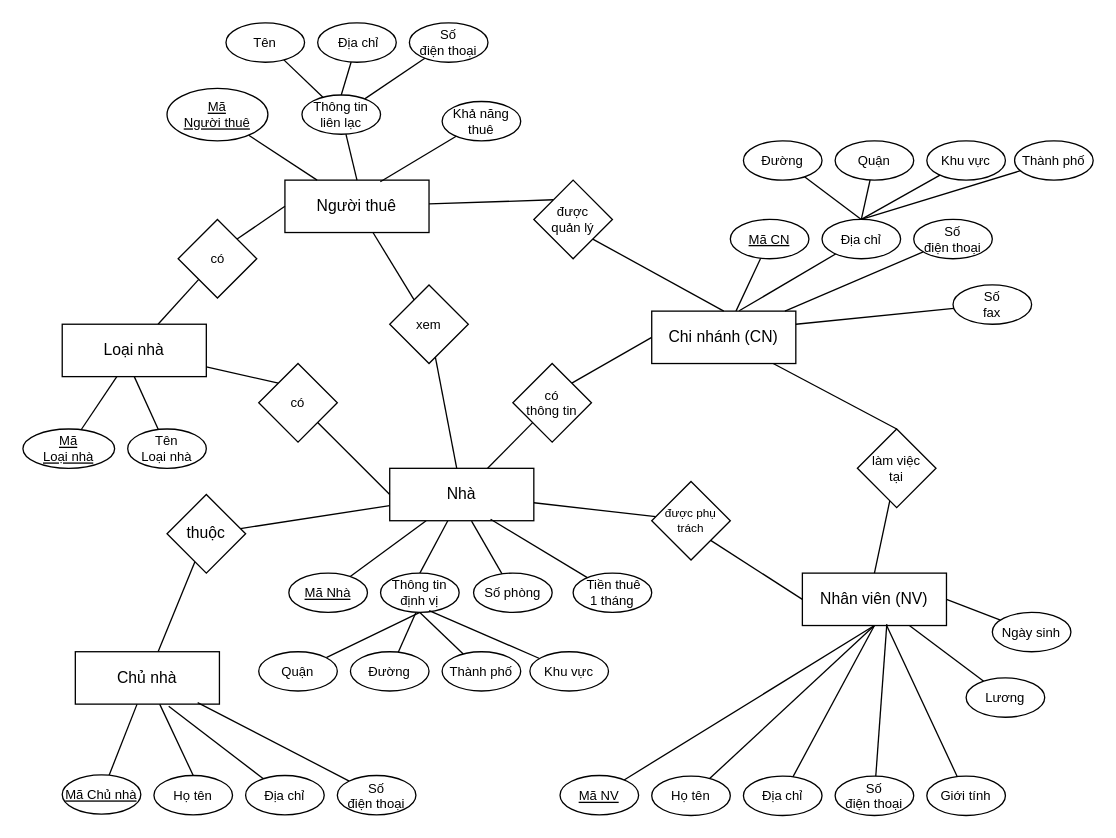
This is EXERCISES/BTN.drawio from andytino/Documents-Database, a draw.io file, before an edit. Source tidied: cells renumbered, new cells numbered last; positions are measured from the earlier drawing's top-left corner, leaving out a move shared by most shapes. Both pictures are drawn from the tidied source at 131%, with x=0, y=0 at pixel (22, 22).
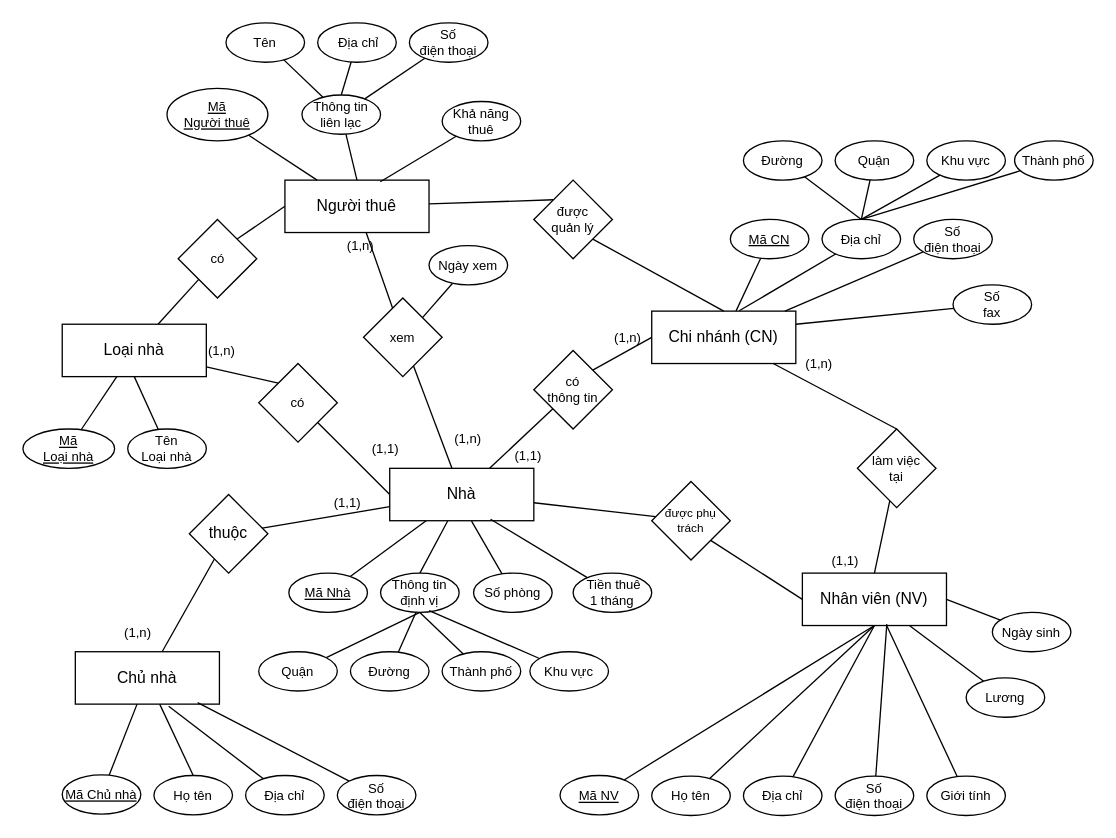
After the change.

Change to the diagram source:
```diff
@@
     <mxCell id="22" value="thuộc" style="rhombus;whiteSpace=wrap;html=1;" parent="1" vertex="1">
-      <mxGeometry x="110" y="360" width="60" height="60" as="geometry" />
+      <mxGeometry x="127" y="360" width="60" height="60" as="geometry" />
     </mxCell>
@@
     <mxCell id="26" value="có &lt;br style=&quot;font-size: 10px;&quot;&gt;thông tin" style="rhombus;whiteSpace=wrap;html=1;fontSize=10;" parent="1" vertex="1">
-      <mxGeometry x="374" y="260" width="60" height="60" as="geometry" />
+      <mxGeometry x="390" y="250" width="60" height="60" as="geometry" />
     </mxCell>
@@
+    <mxCell id="102" style="edgeStyle=none;shape=connector;rounded=0;jettySize=auto;html=1;exitX=1;exitY=0;exitDx=0;exitDy=0;labelBackgroundColor=default;fontFamily=Helvetica;fontSize=10;fontColor=default;endArrow=none;strokeColor=default;" parent="1" edge="1" source="34" target="113">
+      <mxGeometry relative="1" as="geometry" />
+    </mxCell>
     <mxCell id="34" value="xem" style="rhombus;whiteSpace=wrap;html=1;fontSize=10;" parent="1" vertex="1">
-      <mxGeometry x="280" y="200" width="60" height="60" as="geometry" />
+      <mxGeometry x="260" y="210" width="60" height="60" as="geometry" />
     </mxCell>
@@
+    <mxCell id="103" value="(1,n)" style="text;html=1;strokeColor=none;fillColor=none;align=center;verticalAlign=middle;whiteSpace=wrap;rounded=0;fontFamily=Helvetica;fontSize=10;fontColor=default;" parent="1" vertex="1">
+      <mxGeometry x="590" y="250" width="36" height="20" as="geometry" />
+    </mxCell>
+    <mxCell id="104" value="(1,1)" style="text;html=1;strokeColor=none;fillColor=none;align=center;verticalAlign=middle;whiteSpace=wrap;rounded=0;fontFamily=Helvetica;fontSize=10;fontColor=default;" parent="1" vertex="1">
+      <mxGeometry x="610" y="400" width="36" height="20" as="geometry" />
+    </mxCell>
+    <mxCell id="105" value="(1,n)" style="text;html=1;strokeColor=none;fillColor=none;align=center;verticalAlign=middle;whiteSpace=wrap;rounded=0;fontFamily=Helvetica;fontSize=10;fontColor=default;" parent="1" vertex="1">
+      <mxGeometry x="444" y="230" width="36" height="20" as="geometry" />
+    </mxCell>
+    <mxCell id="106" value="(1,1)" style="text;html=1;strokeColor=none;fillColor=none;align=center;verticalAlign=middle;whiteSpace=wrap;rounded=0;fontFamily=Helvetica;fontSize=10;fontColor=default;" parent="1" vertex="1">
+      <mxGeometry x="368" y="320" width="36" height="20" as="geometry" />
+    </mxCell>
+    <mxCell id="107" value="(1,n)" style="text;html=1;strokeColor=none;fillColor=none;align=center;verticalAlign=middle;whiteSpace=wrap;rounded=0;fontFamily=Helvetica;fontSize=10;fontColor=default;" parent="1" vertex="1">
+      <mxGeometry x="70" y="455" width="36" height="20" as="geometry" />
+    </mxCell>
+    <mxCell id="108" value="(1,1)" style="text;html=1;strokeColor=none;fillColor=none;align=center;verticalAlign=middle;whiteSpace=wrap;rounded=0;fontFamily=Helvetica;fontSize=10;fontColor=default;" parent="1" vertex="1">
+      <mxGeometry x="230" y="356" width="36" height="20" as="geometry" />
+    </mxCell>
+    <mxCell id="109" value="(1,n)" style="text;html=1;strokeColor=none;fillColor=none;align=center;verticalAlign=middle;whiteSpace=wrap;rounded=0;fontFamily=Helvetica;fontSize=10;fontColor=default;" parent="1" vertex="1">
+      <mxGeometry x="134" y="240" width="36" height="20" as="geometry" />
+    </mxCell>
+    <mxCell id="110" value="(1,1)" style="text;html=1;strokeColor=none;fillColor=none;align=center;verticalAlign=middle;whiteSpace=wrap;rounded=0;fontFamily=Helvetica;fontSize=10;fontColor=default;" parent="1" vertex="1">
+      <mxGeometry x="259" y="315" width="36" height="20" as="geometry" />
+    </mxCell>
+    <mxCell id="111" value="(1,n)" style="text;html=1;strokeColor=none;fillColor=none;align=center;verticalAlign=middle;whiteSpace=wrap;rounded=0;fontFamily=Helvetica;fontSize=10;fontColor=default;" parent="1" vertex="1">
+      <mxGeometry x="240" y="160" width="36" height="20" as="geometry" />
+    </mxCell>
+    <mxCell id="112" value="(1,n)" style="text;html=1;strokeColor=none;fillColor=none;align=center;verticalAlign=middle;whiteSpace=wrap;rounded=0;fontFamily=Helvetica;fontSize=10;fontColor=default;" parent="1" vertex="1">
+      <mxGeometry x="322" y="307" width="36" height="20" as="geometry" />
+    </mxCell>
+    <mxCell id="113" value="&lt;span&gt;Ngày xem&lt;/span&gt;" style="ellipse;whiteSpace=wrap;html=1;fontFamily=Helvetica;fontSize=10;fontColor=default;fontStyle=0;" parent="1" vertex="1">
+      <mxGeometry x="310" y="170" width="60" height="30" as="geometry" />
+    </mxCell>
```
